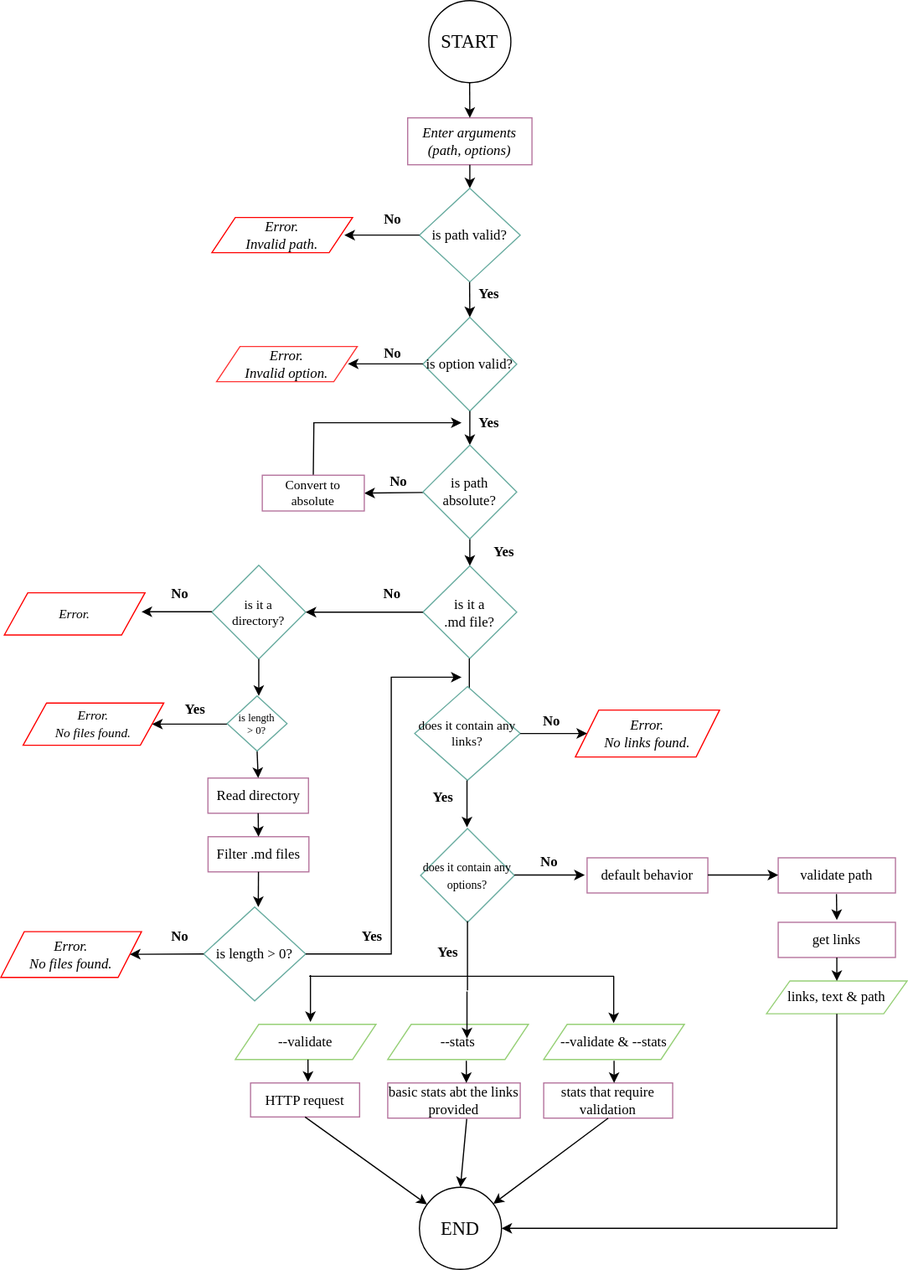
Before: .drawio.svg, a diagram exported from draw.io (maryyfry/DEV002-md-links). Source tidied: cells renumbered, new cells last; positions are measured from the earlier drawing's top-left corner, leaving out a move shared by most shapes.
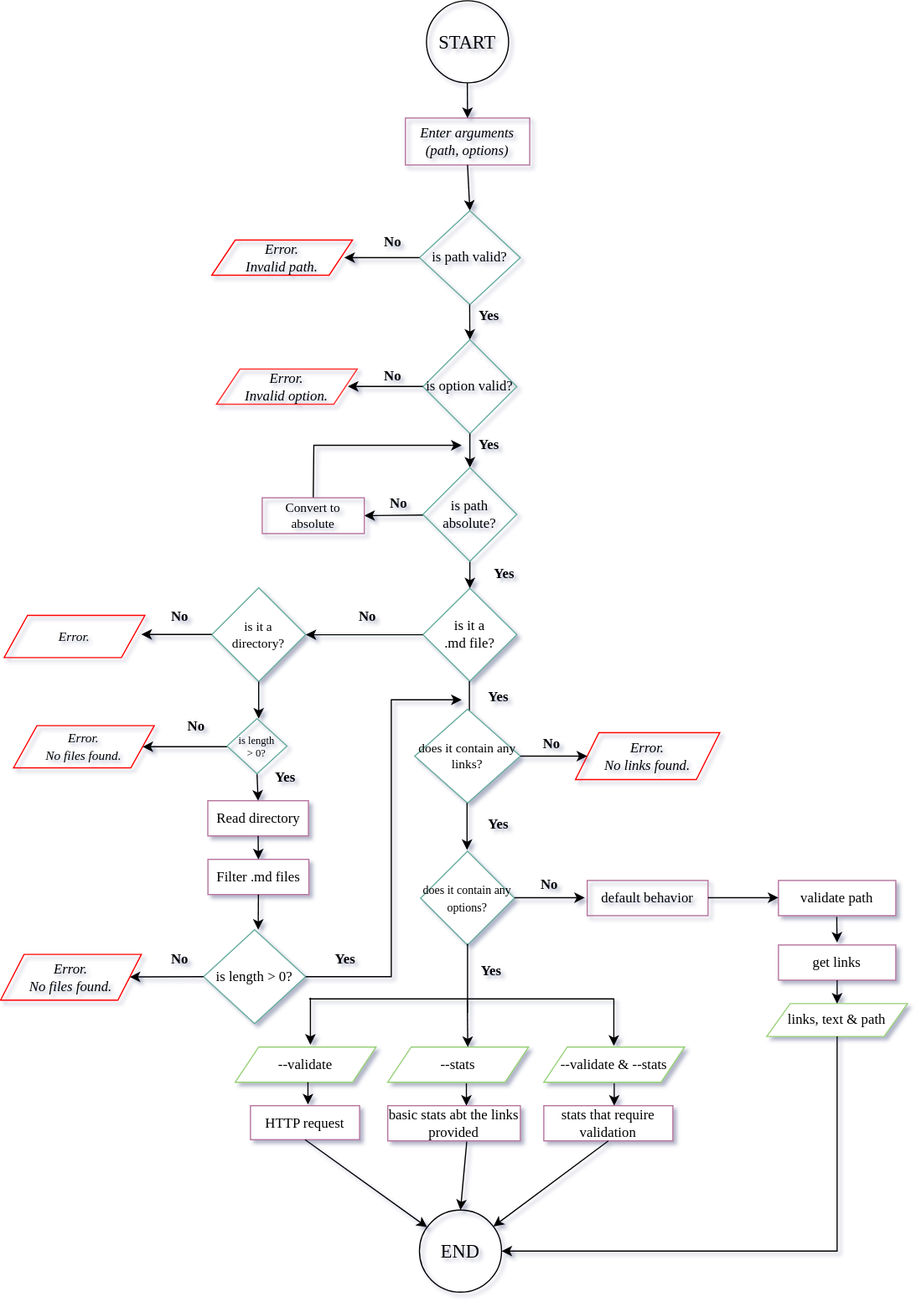
After the change.

The edit, as a diff of the source:
```diff
@@ -1,4 +1,4 @@
-<mxGraphModel>
+<mxGraphModel shadow="1">
   <root>
     <mxCell id="0" />
     <mxCell id="1" parent="0" />
@@ -9,10 +9,10 @@
       <mxGeometry x="180" y="481.5" width="80" height="80" as="geometry" />
     </mxCell>
     <mxCell id="4" value="No" style="text;html=1;strokeColor=none;fillColor=none;align=center;verticalAlign=middle;whiteSpace=wrap;rounded=0;fontFamily=Tahoma;fontStyle=1;" parent="1" vertex="1">
-      <mxGeometry x="304" y="491" width="60" height="30" as="geometry" />
+      <mxGeometry x="283" y="491" width="60" height="30" as="geometry" />
     </mxCell>
     <mxCell id="5" value="&lt;b&gt;Yes&lt;/b&gt;" style="text;html=1;strokeColor=none;fillColor=none;align=center;verticalAlign=middle;whiteSpace=wrap;rounded=0;fontFamily=Tahoma;" parent="1" vertex="1">
-      <mxGeometry x="136" y="590" width="60" height="30" as="geometry" />
+      <mxGeometry x="213" y="628" width="60" height="30" as="geometry" />
     </mxCell>
     <mxCell id="6" value="is it a &lt;br&gt;.md file?" style="rhombus;whiteSpace=wrap;html=1;fontFamily=Tahoma;strokeColor=#67AB9F;" parent="1" vertex="1">
       <mxGeometry x="360" y="482" width="80" height="79" as="geometry" />
@@ -25,11 +25,11 @@
     </mxCell>
     <mxCell id="9" style="endArrow=none;html=1;rounded=0;fontFamily=Tahoma;" parent="1" edge="1" target="10">
       <mxGeometry relative="1" as="geometry">
-        <mxPoint x="397" y="140" as="sourcePoint" />
+        <mxPoint x="395" y="121" as="sourcePoint" />
       </mxGeometry>
     </mxCell>
     <mxCell id="10" value="Enter arguments (path, options)" style="rounded=0;whiteSpace=wrap;html=1;fontFamily=Tahoma;fillColor=none;strokeColor=#B5739D;fontStyle=2;" parent="1" vertex="1">
-      <mxGeometry x="347" y="100" width="106" height="40" as="geometry" />
+      <mxGeometry x="345" y="81" width="106" height="40" as="geometry" />
     </mxCell>
     <mxCell id="11" style="endArrow=classic;html=1;rounded=0;startArrow=none;fontFamily=Tahoma;" parent="1" edge="1" target="6">
       <mxGeometry relative="1" as="geometry">
@@ -47,7 +47,7 @@
     </mxCell>
     <mxCell id="14" style="endArrow=classic;html=1;rounded=0;exitX=0.5;exitY=1;exitDx=0;exitDy=0;fontFamily=Tahoma;entryX=0.5;entryY=0;entryDx=0;entryDy=0;" parent="1" edge="1" target="10">
       <mxGeometry relative="1" as="geometry">
-        <mxPoint x="399.8" y="70" as="sourcePoint" />
+        <mxPoint x="397.8" y="51" as="sourcePoint" />
       </mxGeometry>
     </mxCell>
     <mxCell id="15" value="is path valid?" style="rhombus;whiteSpace=wrap;html=1;fillColor=none;strokeColor=#67AB9F;fontFamily=Tahoma;" parent="1" vertex="1">
@@ -133,7 +133,7 @@
       </mxGeometry>
     </mxCell>
     <mxCell id="35" value="&lt;b&gt;Yes&lt;/b&gt;" style="text;html=1;strokeColor=none;fillColor=none;align=center;verticalAlign=middle;whiteSpace=wrap;rounded=0;fontFamily=Tahoma;" parent="1" vertex="1">
-      <mxGeometry x="291" y="783" width="52" height="30" as="geometry" />
+      <mxGeometry x="268" y="783" width="52" height="30" as="geometry" />
     </mxCell>
     <mxCell id="36" style="endArrow=classic;html=1;rounded=0;exitX=0.5;exitY=1;exitDx=0;exitDy=0;fontFamily=Tahoma;" parent="1" edge="1">
       <mxGeometry relative="1" as="geometry">
@@ -160,7 +160,7 @@
       <mxGeometry x="440" y="600" width="60" height="30" as="geometry" />
     </mxCell>
     <mxCell id="42" value="&lt;b&gt;Yes&lt;/b&gt;" style="text;html=1;strokeColor=none;fillColor=none;align=center;verticalAlign=middle;whiteSpace=wrap;rounded=0;fontFamily=Tahoma;" parent="1" vertex="1">
-      <mxGeometry x="364" y="670" width="27" height="20" as="geometry" />
+      <mxGeometry x="411" y="673" width="27" height="20" as="geometry" />
     </mxCell>
     <mxCell id="43" value="&lt;font style=&quot;font-size: 10px;&quot;&gt;does it contain any options?&lt;/font&gt;" style="rhombus;whiteSpace=wrap;html=1;fontFamily=Tahoma;strokeColor=#67AB9F;" parent="1" vertex="1">
       <mxGeometry x="358" y="706" width="80" height="80" as="geometry" />
@@ -178,7 +178,7 @@
       <mxGeometry x="500" y="731" width="103" height="30" as="geometry" />
     </mxCell>
     <mxCell id="47" value="&lt;b&gt;Yes&lt;/b&gt;" style="text;html=1;strokeColor=none;fillColor=none;align=center;verticalAlign=middle;whiteSpace=wrap;rounded=0;fontFamily=Tahoma;" parent="1" vertex="1">
-      <mxGeometry x="368" y="802" width="27" height="20" as="geometry" />
+      <mxGeometry x="405" y="798" width="27" height="20" as="geometry" />
     </mxCell>
     <mxCell id="48" value="--validate" style="shape=parallelogram;perimeter=parallelogramPerimeter;whiteSpace=wrap;html=1;fixedSize=1;fontFamily=Tahoma;strokeColor=#97D077;" parent="1" vertex="1">
       <mxGeometry x="200" y="873" width="120" height="30" as="geometry" />
@@ -234,7 +234,7 @@
       </mxGeometry>
     </mxCell>
     <mxCell id="64" value="&lt;font style=&quot;font-size: 11px;&quot;&gt;Error.&amp;nbsp;&lt;br&gt;No files found.&lt;br&gt;&lt;/font&gt;" style="shape=parallelogram;perimeter=parallelogramPerimeter;whiteSpace=wrap;html=1;fixedSize=1;fontFamily=Tahoma;fillColor=none;strokeColor=#FF0000;fontStyle=2;" parent="1" vertex="1">
-      <mxGeometry x="19" y="599" width="120" height="36" as="geometry" />
+      <mxGeometry x="11" y="599" width="120" height="36" as="geometry" />
     </mxCell>
     <mxCell id="65" style="endArrow=classic;html=1;rounded=0;fontFamily=Tahoma;fontSize=11;exitX=0.5;exitY=1;exitDx=0;exitDy=0;entryX=0.5;entryY=0;entryDx=0;entryDy=0;" parent="1" edge="1" source="28" target="30">
       <mxGeometry relative="1" as="geometry" />
@@ -267,8 +267,8 @@
     </mxCell>
     <mxCell id="71" style="endArrow=classic;html=1;rounded=0;fontFamily=Tahoma;" parent="1" edge="1">
       <mxGeometry relative="1" as="geometry">
-        <mxPoint x="397.6" y="845" as="sourcePoint" />
-        <mxPoint x="397.6" y="885" as="targetPoint" />
+        <mxPoint x="397.8" y="833" as="sourcePoint" />
+        <mxPoint x="398.2" y="873" as="targetPoint" />
       </mxGeometry>
     </mxCell>
     <mxCell id="72" style="endArrow=classic;html=1;rounded=0;fontFamily=Tahoma;" parent="1" edge="1">
@@ -348,7 +348,13 @@
       <mxGeometry x="193" y="593" width="51.1" height="47" as="geometry" />
     </mxCell>
     <mxCell id="86" value="&lt;font style=&quot;font-size: 16px;&quot;&gt;START&lt;/font&gt;" style="ellipse;whiteSpace=wrap;html=1;fontSize=12;fontFamily=Tahoma;fillColor=none;" parent="1" vertex="1">
-      <mxGeometry x="365" width="70" height="70" as="geometry" />
+      <mxGeometry x="363" y="-19" width="70" height="70" as="geometry" />
     </mxCell>
+    <mxCell id="87" value="Yes" style="text;html=1;strokeColor=none;fillColor=none;align=center;verticalAlign=middle;whiteSpace=wrap;rounded=0;fontStyle=1;fontFamily=Tahoma;" parent="1" vertex="1">
+      <mxGeometry x="411" y="565" width="27" height="20" as="geometry" />
+    </mxCell>
+    <mxCell id="88" value="No" style="text;html=1;strokeColor=none;fillColor=none;align=center;verticalAlign=middle;whiteSpace=wrap;rounded=0;fontFamily=Tahoma;fontStyle=1;" parent="1" vertex="1">
+      <mxGeometry x="137" y="585" width="60" height="30" as="geometry" />
+    </mxCell>
   </root>
 </mxGraphModel>
```
